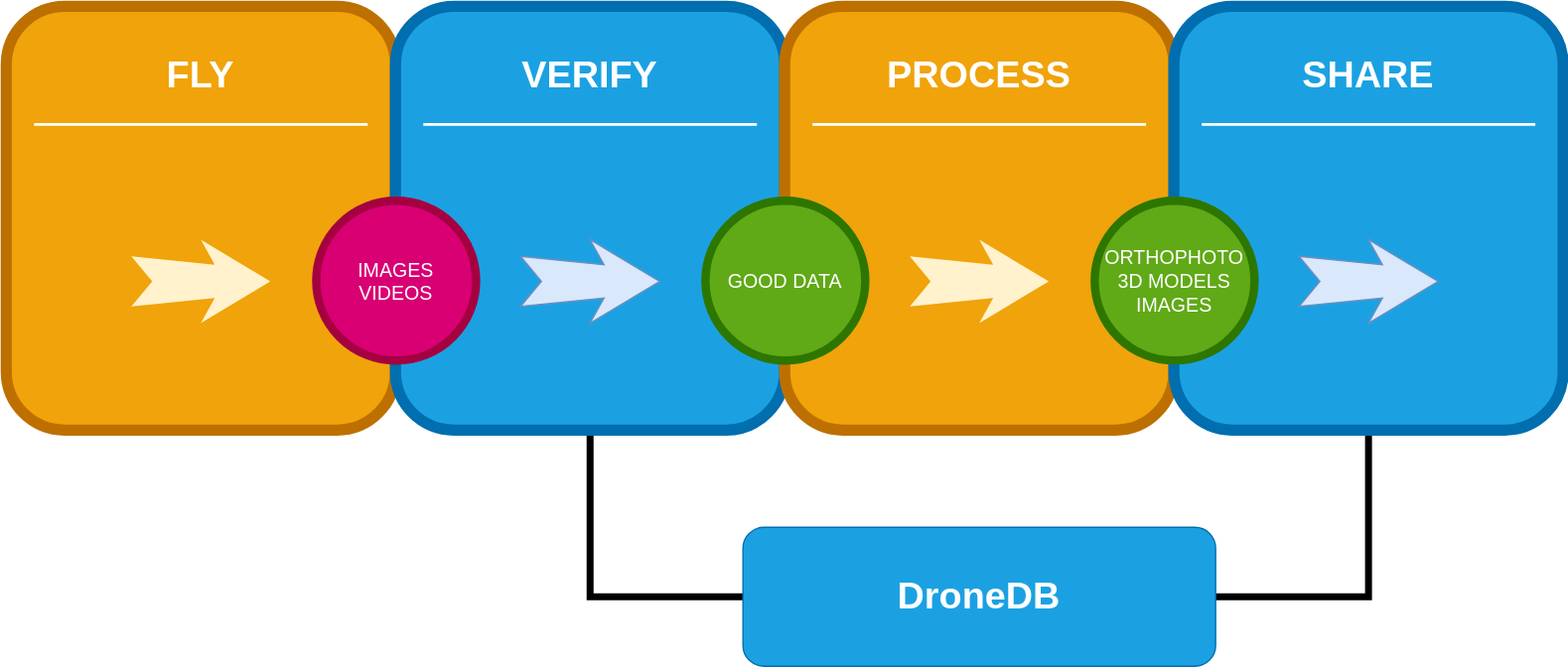
The draw.io diagram docs/assets/summary.svg in DroneDB/docs, before a commit. Source tidied: cells renumbered, new cells last; positions are measured from the earlier drawing's top-left corner, leaving out a move shared by most shapes.
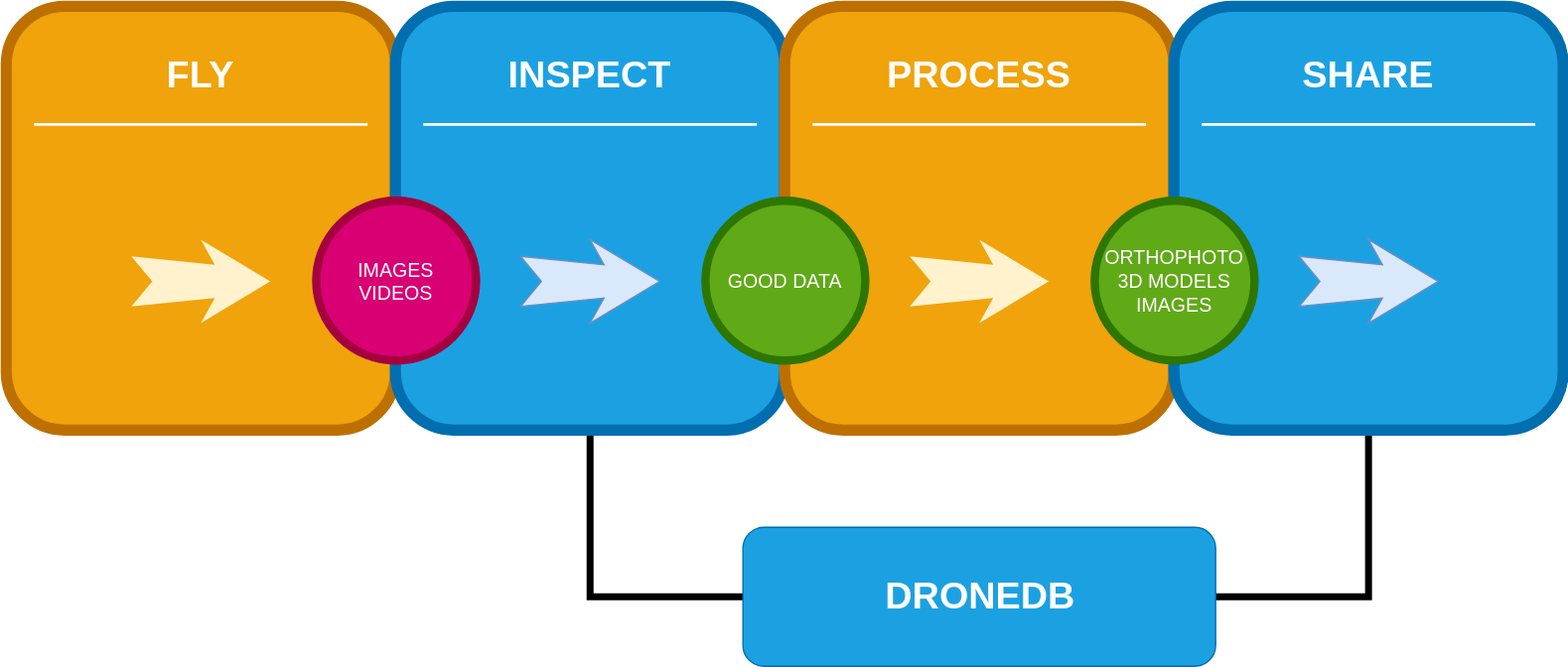
The same file after the commit.

Diff of the diagram source:
```diff
@@ -20,7 +20,7 @@
     <mxCell id="7" style="whiteSpace=wrap;html=1;rounded=1;shadow=0;strokeWidth=8;fontSize=20;align=center;fillColor=#1ba1e2;strokeColor=#006EAF;fontColor=#ffffff;" parent="1" vertex="1">
       <mxGeometry x="280" width="280" height="305" as="geometry" />
     </mxCell>
-    <mxCell id="8" value="VERIFY" style="text;html=1;strokeColor=none;fillColor=none;align=center;verticalAlign=middle;whiteSpace=wrap;rounded=0;shadow=0;fontSize=27;fontColor=#FFFFFF;fontStyle=1;" parent="1" vertex="1">
+    <mxCell id="8" value="INSPECT" style="text;html=1;strokeColor=none;fillColor=none;align=center;verticalAlign=middle;whiteSpace=wrap;rounded=0;shadow=0;fontSize=27;fontColor=#FFFFFF;fontStyle=1;" parent="1" vertex="1">
       <mxGeometry x="280" y="20" width="280" height="60" as="geometry" />
     </mxCell>
     <mxCell id="9" style="line;strokeWidth=2;html=1;rounded=0;shadow=0;fontSize=27;align=center;fillColor=none;strokeColor=#FFFFFF;" parent="1" vertex="1">
@@ -68,8 +68,8 @@
     <mxCell id="23" style="rounded=1;whiteSpace=wrap;html=1;fillColor=#1ba1e2;fontColor=#ffffff;strokeColor=#006EAF;" parent="1" vertex="1">
       <mxGeometry x="530" y="375" width="340" height="100" as="geometry" />
     </mxCell>
-    <mxCell id="24" value="DroneDB" style="text;html=1;strokeColor=none;fillColor=none;align=center;verticalAlign=middle;whiteSpace=wrap;rounded=0;shadow=0;fontSize=27;fontColor=#FFFFFF;fontStyle=1;fontFamily=Helvetica;" parent="1" vertex="1">
-      <mxGeometry x="545" y="395" width="310" height="60" as="geometry" />
-    </mxCell>
+    <mxCell id="25" value="DRONEDB" style="text;html=1;strokeColor=none;fillColor=none;align=center;verticalAlign=middle;whiteSpace=wrap;rounded=0;shadow=0;fontSize=27;fontColor=#FFFFFF;fontStyle=1;" parent="1" vertex="1">
+      <mxGeometry x="561" y="395" width="280" height="60" as="geometry" />
+    </mxCell>
   </root>
 </mxGraphModel>
```
